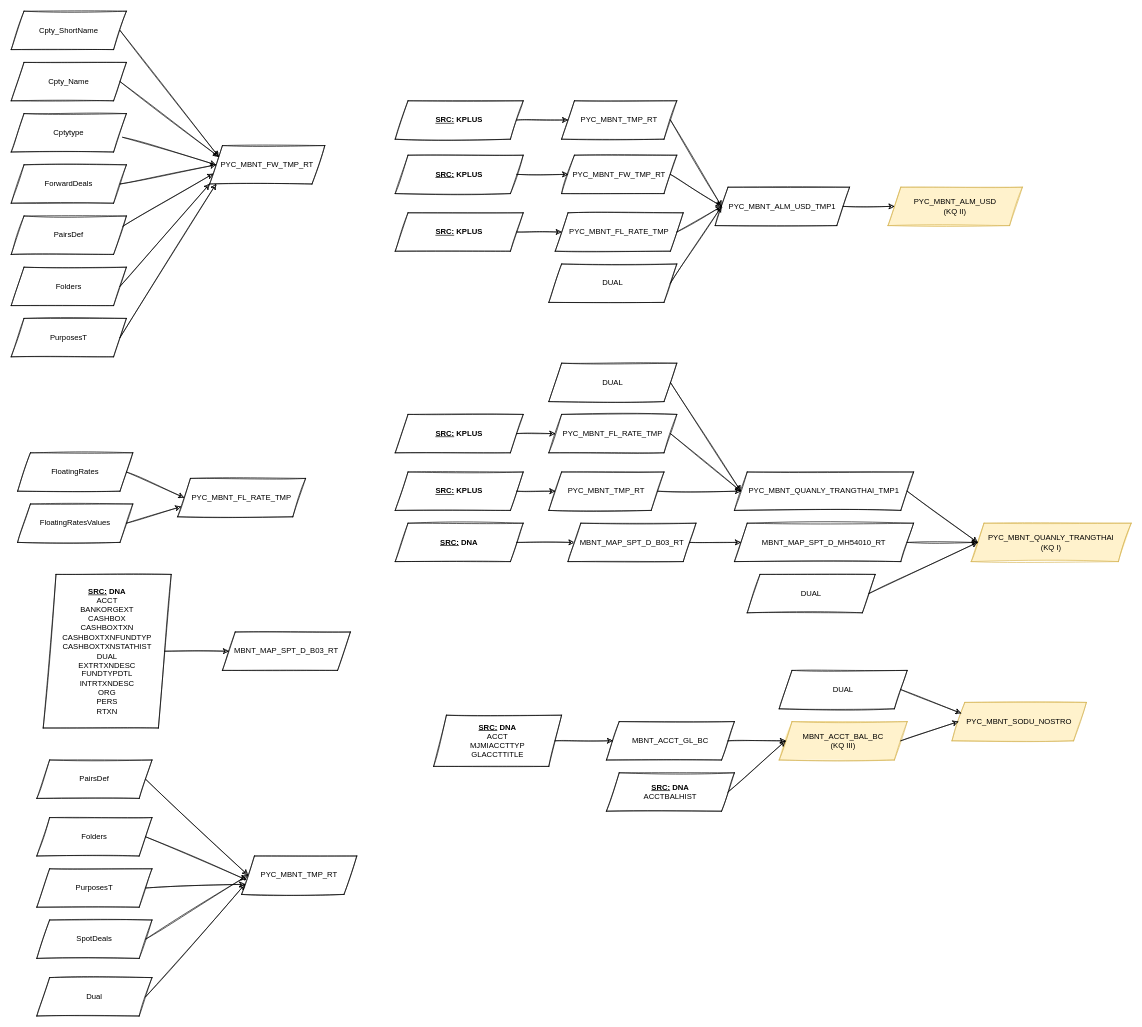
uyennt01/Project1 keeps this draw.io diagram as page "Page-3" (3 of 3) of Untitled Diagram.drawio. Above is the earlier version. Source tidied: cells renumbered, new cells numbered last; positions are measured from the earlier drawing's top-left corner, leaving out a move shared by most shapes. Both pictures are drawn from the tidied source at 64%, with x=0, y=0 at pixel (11, 11).
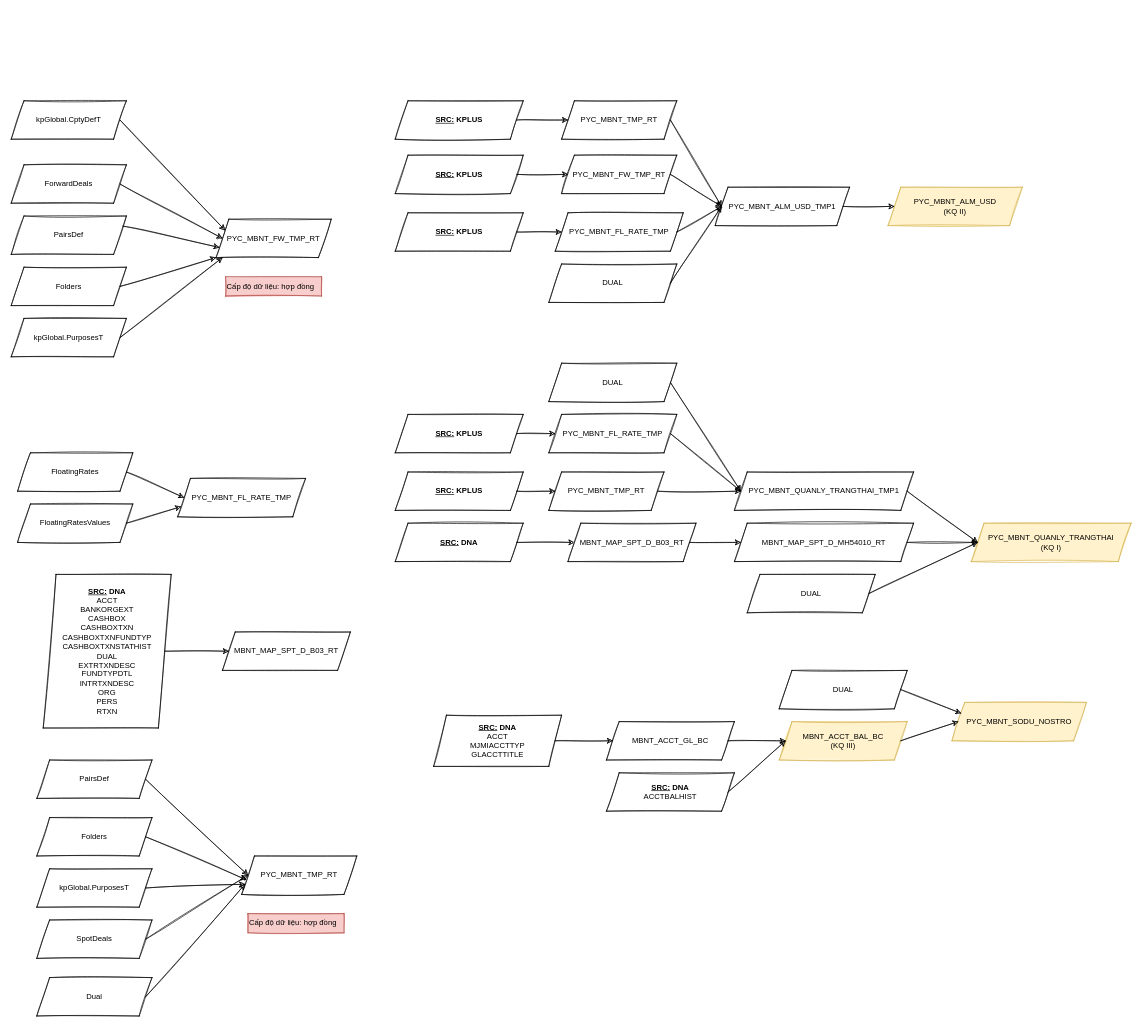
Above is the later version.

Change to the diagram source:
```diff
@@
-    <mxCell id="4" value="PurposesT" style="shape=parallelogram;perimeter=parallelogramPerimeter;whiteSpace=wrap;html=1;fixedSize=1;sketch=1;" parent="1" vertex="1">
+    <mxCell id="4" value="kpGlobal.PurposesT" style="shape=parallelogram;perimeter=parallelogramPerimeter;whiteSpace=wrap;html=1;fixedSize=1;sketch=1;" parent="1" vertex="1">
       <mxGeometry y="480" width="180" height="60" as="geometry" />
     </mxCell>
@@
     <mxCell id="11" value="PYC_MBNT_FW_TMP_RT" style="shape=parallelogram;perimeter=parallelogramPerimeter;whiteSpace=wrap;html=1;fixedSize=1;sketch=1;" parent="1" vertex="1">
-      <mxGeometry x="310" y="210" width="180" height="60" as="geometry" />
+      <mxGeometry x="320" y="325" width="180" height="60" as="geometry" />
     </mxCell>
@@
-    <mxCell id="13" value="Cptytype" style="shape=parallelogram;perimeter=parallelogramPerimeter;whiteSpace=wrap;html=1;fixedSize=1;sketch=1;" parent="1" vertex="1">
-      <mxGeometry y="160" width="180" height="60" as="geometry" />
-    </mxCell>
-    <mxCell id="14" value="Cpty_Name" style="shape=parallelogram;perimeter=parallelogramPerimeter;whiteSpace=wrap;html=1;fixedSize=1;sketch=1;" parent="1" vertex="1">
-      <mxGeometry y="80" width="180" height="60" as="geometry" />
-    </mxCell>
-    <mxCell id="15" value="Cpty_ShortName" style="shape=parallelogram;perimeter=parallelogramPerimeter;whiteSpace=wrap;html=1;fixedSize=1;sketch=1;" parent="1" vertex="1">
-      <mxGeometry width="180" height="60" as="geometry" />
+    <mxCell id="15" value="kpGlobal.CptyDefT" style="shape=parallelogram;perimeter=parallelogramPerimeter;whiteSpace=wrap;html=1;fixedSize=1;sketch=1;" parent="1" vertex="1">
+      <mxGeometry y="140" width="180" height="60" as="geometry" />
     </mxCell>
@@
-    <mxCell id="17" style="endArrow=classic;html=1;rounded=0;sketch=1;exitX=1;exitY=0.5;exitDx=0;exitDy=0;entryX=0;entryY=0.25;entryDx=0;entryDy=0;" parent="1" edge="1" source="14" target="11">
-      <mxGeometry relative="1" as="geometry" />
-    </mxCell>
-    <mxCell id="18" style="endArrow=classic;html=1;rounded=0;sketch=1;exitX=0.967;exitY=0.617;exitDx=0;exitDy=0;exitPerimeter=0;entryX=0;entryY=0.5;entryDx=0;entryDy=0;" parent="1" edge="1" source="13" target="11">
-      <mxGeometry relative="1" as="geometry" />
-    </mxCell>
@@
-    <mxCell id="78" value="PurposesT" style="shape=parallelogram;perimeter=parallelogramPerimeter;whiteSpace=wrap;html=1;fixedSize=1;sketch=1;" parent="1" vertex="1">
+    <mxCell id="78" value="kpGlobal.PurposesT" style="shape=parallelogram;perimeter=parallelogramPerimeter;whiteSpace=wrap;html=1;fixedSize=1;sketch=1;" parent="1" vertex="1">
       <mxGeometry x="40" y="1340" width="180" height="60" as="geometry" />
     </mxCell>
@@
+    <mxCell id="85" value="Cấp độ dữ liệu: hợp đồng" style="text;html=1;strokeColor=#b85450;fillColor=#f8cecc;align=left;verticalAlign=middle;whiteSpace=wrap;rounded=0;sketch=1;fillStyle=solid;" parent="1" vertex="1">
+      <mxGeometry x="370" y="1410" width="150" height="30" as="geometry" />
+    </mxCell>
+    <mxCell id="86" value="Cấp độ dữ liệu: hợp đồng" style="text;html=1;strokeColor=#b85450;fillColor=#f8cecc;align=left;verticalAlign=middle;whiteSpace=wrap;rounded=0;sketch=1;fillStyle=solid;" parent="1" vertex="1">
+      <mxGeometry x="335" y="415" width="150" height="30" as="geometry" />
+    </mxCell>
```
